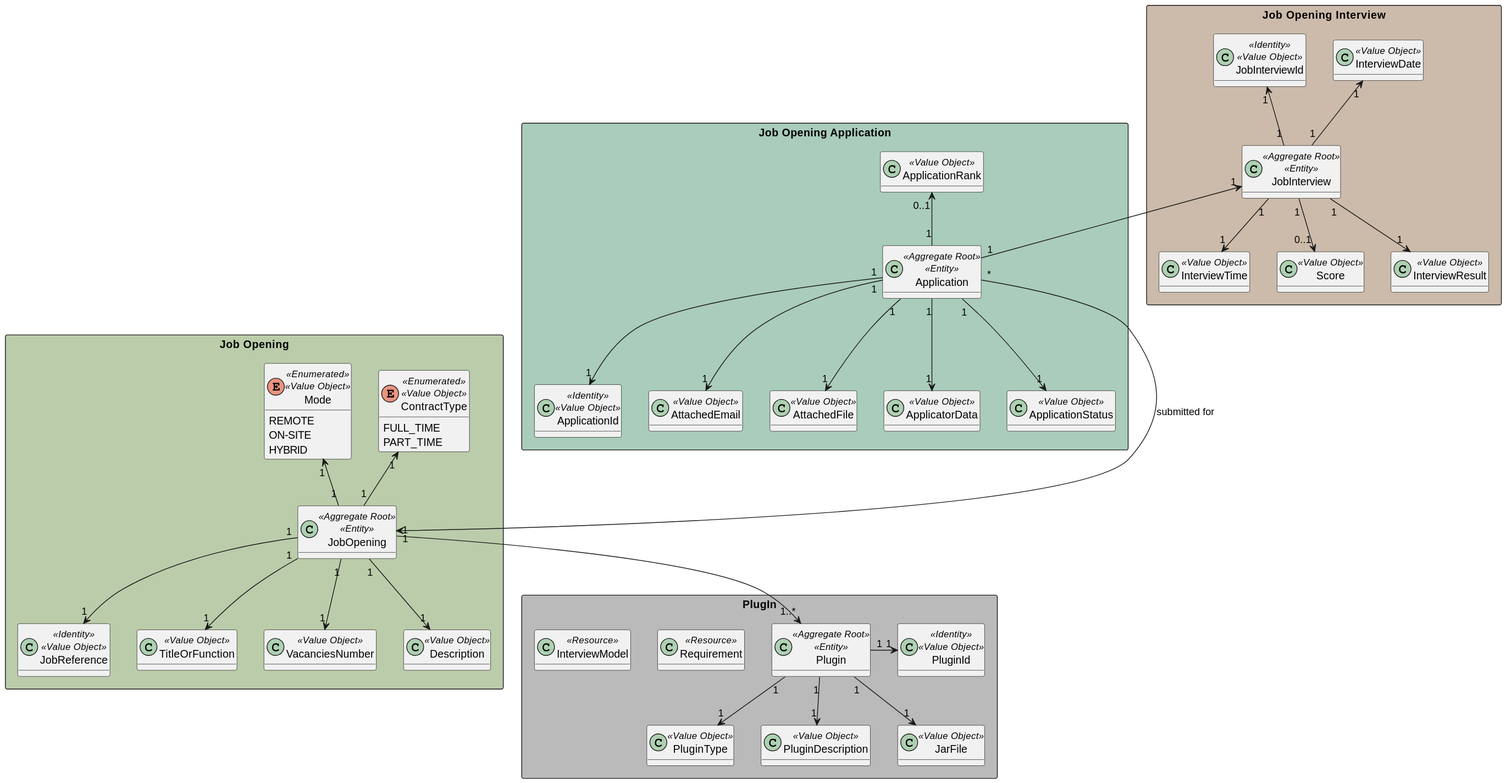
This is docs/sprintC/1018/svg/1018-domain-model.svg from marcoferreira37/Lapr4, a PlantUML export, as it was before one commit. Its diagram source:
```plantuml
@startuml

hide methods

rectangle "Job Opening Interview" #ccbbaa {
    class JobInterview <<Aggregate Root>><<Entity>>{}
    class JobInterviewId<<Identity>><<Value Object>>{}
    class InterviewDate<<Value Object>>{}
    class InterviewTime<<Value Object>>{}
    class Score<<Value Object>>{}
    class InterviewResult<<Value Object>>{}
}

rectangle "PlugIn" #bababa {
    class Plugin <<Aggregate Root>><<Entity>>{}
    class PluginType<<Value Object>>{}
    class PluginId<<Identity>><<Value Object>>{}
    class PluginDescription<<Value Object>>{}
    class JarFile<<Value Object>>{}
    class Requirement<<Resource>>{}
    class InterviewModel<<Resource>>{}
}
rectangle "Job Opening" #bbccaa {

    class JobOpening<<Aggregate Root>><<Entity>>{}

    class JobReference<<Identity>><<Value Object>>{}

    class TitleOrFunction<<Value Object>>{}

    enum ContractType<<Enumerated>><<Value Object>>{
        FULL_TIME
        PART_TIME
    }

    enum Mode<<Enumerated>><<Value Object>>{
        REMOTE
        ON-SITE
        HYBRID
        }


    class VacanciesNumber<<Value Object>>{}

    class Description<<Value Object>>{}
}

 rectangle "Job Opening Application" #aaccbb {

    class Application<<Aggregate Root>><<Entity>>{}

    class ApplicationId<<Identity>><<Value Object>>{}

    class AttachedEmail<<Value Object>>{}

    class AttachedFile<<Value Object>>{}

    class ApplicatorData<<Value Object>>{}

    class ApplicationStatus<<Value Object>>{}

    class ApplicationRank<<Value Object>>{}


}


JobReference "1" <-up- "1" JobOpening
TitleOrFunction "1" <-up- "1" JobOpening
ContractType "1" <-- "1" JobOpening
Mode "1" <-- "1" JobOpening
Description "1" <-up- "1" JobOpening
VacanciesNumber "1" <-up- "1" JobOpening


Application "1" --> "1" ApplicationId
Application "1" --> "1" AttachedEmail
Application "1" --> "1" AttachedFile
Application "1" --> "1" ApplicatorData
Application "*" ---> "1" JobOpening : submitted for
Application "1" --> "1" ApplicationStatus

Application "1" -up-> "1" JobInterview
Application "1" -up-> "0..1" ApplicationRank



JobInterview "1" -up-> "1" JobInterviewId
JobInterview "1" -up-> "1" InterviewDate
JobInterview "1" --> "1" InterviewTime
JobInterview "1" --> "0..1" Score
JobInterview "1" --> "1" InterviewResult

JobOpening "1" --> "1..*" "Plugin"

Plugin "1" --> "1" PluginType
Plugin "1" -right-> "1" PluginId
Plugin "1" --> "1" PluginDescription
Plugin "1" --> "1" JarFile
@enduml
```
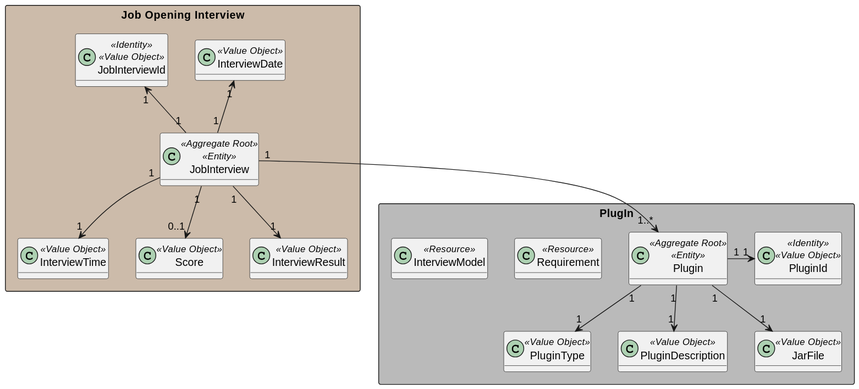
Above is the later version.

What changed in the source:
```diff
@@ -20,70 +20,6 @@
     class Requirement<<Resource>>{}
     class InterviewModel<<Resource>>{}
 }
-rectangle "Job Opening" #bbccaa {
-
-    class JobOpening<<Aggregate Root>><<Entity>>{}
-
-    class JobReference<<Identity>><<Value Object>>{}
-
-    class TitleOrFunction<<Value Object>>{}
-
-    enum ContractType<<Enumerated>><<Value Object>>{
-        FULL_TIME
-        PART_TIME
-    }
-
-    enum Mode<<Enumerated>><<Value Object>>{
-        REMOTE
-        ON-SITE
-        HYBRID
-        }
-
-
-    class VacanciesNumber<<Value Object>>{}
-
-    class Description<<Value Object>>{}
-}
-
- rectangle "Job Opening Application" #aaccbb {
-
-    class Application<<Aggregate Root>><<Entity>>{}
-
-    class ApplicationId<<Identity>><<Value Object>>{}
-
-    class AttachedEmail<<Value Object>>{}
-
-    class AttachedFile<<Value Object>>{}
-
-    class ApplicatorData<<Value Object>>{}
-
-    class ApplicationStatus<<Value Object>>{}
-
-    class ApplicationRank<<Value Object>>{}
-
-
-}
-
-
-JobReference "1" <-up- "1" JobOpening
-TitleOrFunction "1" <-up- "1" JobOpening
-ContractType "1" <-- "1" JobOpening
-Mode "1" <-- "1" JobOpening
-Description "1" <-up- "1" JobOpening
-VacanciesNumber "1" <-up- "1" JobOpening
-
-
-Application "1" --> "1" ApplicationId
-Application "1" --> "1" AttachedEmail
-Application "1" --> "1" AttachedFile
-Application "1" --> "1" ApplicatorData
-Application "*" ---> "1" JobOpening : submitted for
-Application "1" --> "1" ApplicationStatus
-
-Application "1" -up-> "1" JobInterview
-Application "1" -up-> "0..1" ApplicationRank
-
-
 
 JobInterview "1" -up-> "1" JobInterviewId
 JobInterview "1" -up-> "1" InterviewDate
@@ -91,7 +27,7 @@
 JobInterview "1" --> "0..1" Score
 JobInterview "1" --> "1" InterviewResult
 
-JobOpening "1" --> "1..*" "Plugin"
+JobInterview "1" --> "1..*" "Plugin"
 
 Plugin "1" --> "1" PluginType
 Plugin "1" -right-> "1" PluginId
```
